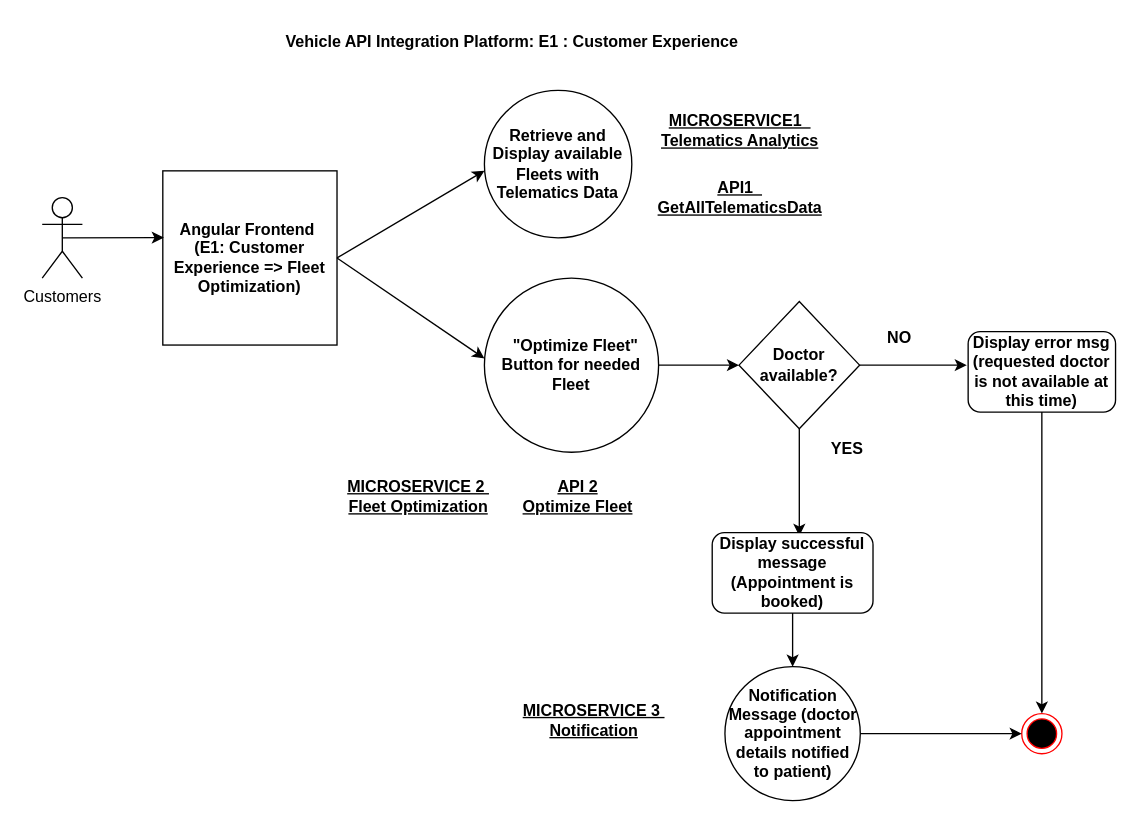
The draw.io diagram Design Workflows.drawio in atheeswaran/Dissertation_VehicleAPIPlatform, before the edit. Source tidied: cells renumbered, new cells numbered last; positions are measured from the earlier drawing's top-left corner, leaving out a move shared by most shapes. Both pictures are drawn from the tidied source at 134%, with x=0, y=0 at pixel (42, 23).
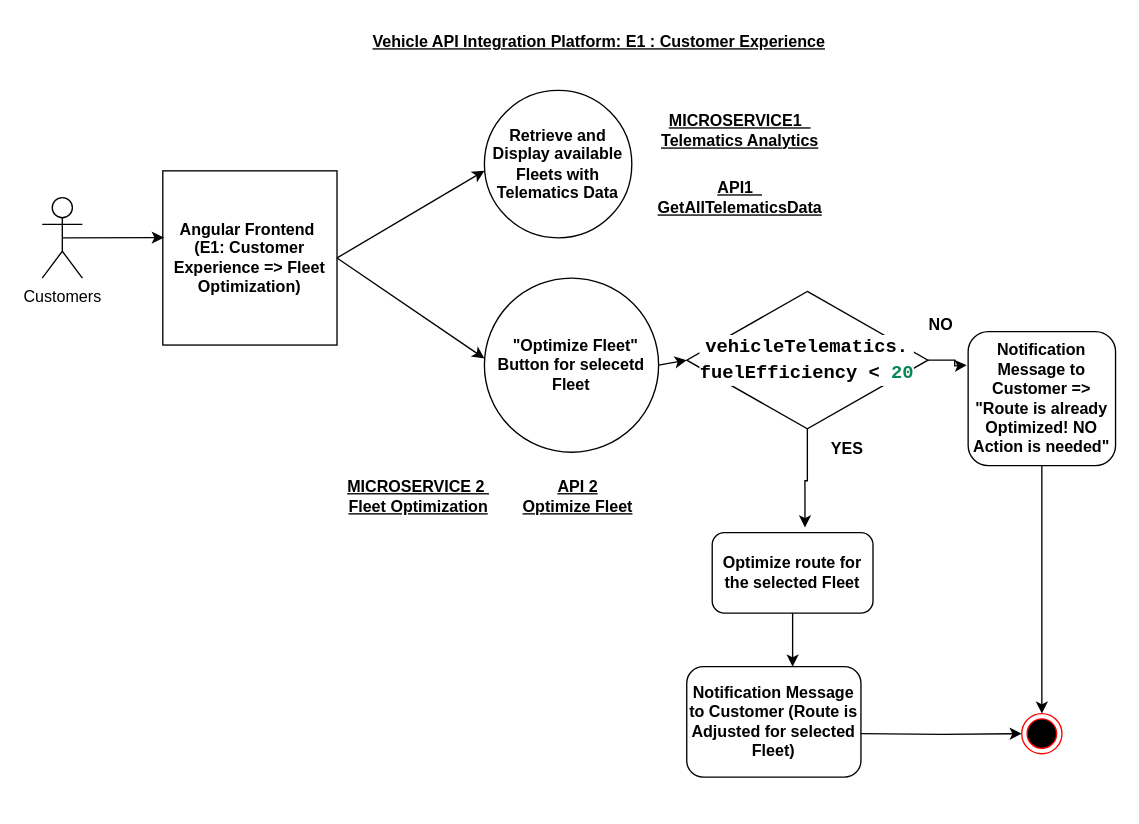
Above is the later version.

Unchanged cells that the change refers to:
```xml
<mxCell id="19" style="ellipse;html=1;shape=endState;fillColor=#000000;strokeColor=#ff0000;" parent="1" vertex="1">
  <mxGeometry x="731" y="515" width="30" height="30" as="geometry" />
</mxCell>
```

What changed in the source:
```diff
@@
-    <mxCell id="8" value="&lt;b&gt;&amp;nbsp; &quot;Optimize Fleet&quot; Button for needed Fleet&lt;/b&gt;" style="ellipse;whiteSpace=wrap;html=1;" parent="1" vertex="1">
+    <mxCell id="8" value="&lt;b&gt;&amp;nbsp; &quot;Optimize Fleet&quot; Button for selecetd Fleet&lt;/b&gt;" style="ellipse;whiteSpace=wrap;html=1;" parent="1" vertex="1">
       <mxGeometry x="330" y="190" width="130" height="130" as="geometry" />
     </mxCell>
-    <mxCell id="9" style="endArrow=classic;html=1;rounded=0;exitX=1;exitY=0.5;exitDx=0;exitDy=0;" parent="1" edge="1" source="8">
-      <mxGeometry relative="1" as="geometry">
-        <mxPoint x="520" y="255" as="targetPoint" />
-      </mxGeometry>
+    <mxCell id="9" style="endArrow=classic;html=1;rounded=0;exitX=1;exitY=0.5;exitDx=0;exitDy=0;entryX=0;entryY=0.5;entryDx=0;entryDy=0;" parent="1" edge="1" source="8" target="12">
+      <mxGeometry relative="1" as="geometry" />
     </mxCell>
-    <mxCell id="10" style="edgeStyle=orthogonalEdgeStyle;rounded=0;jettySize=auto;html=1;" parent="1" edge="1" source="12">
-      <mxGeometry relative="1" as="geometry">
-        <mxPoint x="565" y="382.5" as="targetPoint" />
-      </mxGeometry>
+    <mxCell id="10" style="edgeStyle=orthogonalEdgeStyle;rounded=0;jettySize=auto;html=1;entryX=0.577;entryY=-0.065;entryDx=0;entryDy=0;entryPerimeter=0;" parent="1" edge="1" source="12" target="14">
+      <mxGeometry relative="1" as="geometry" />
     </mxCell>
@@
-    <mxCell id="12" value="&lt;b&gt;Doctor available?&lt;/b&gt;" style="rhombus;whiteSpace=wrap;html=1;" parent="1" vertex="1">
-      <mxGeometry x="520" y="207.5" width="90" height="95" as="geometry" />
+    <mxCell id="12" value="&lt;div style=&quot;background-color: rgb(255, 255, 255); font-family: Consolas, &amp;quot;Courier New&amp;quot;, monospace; font-size: 14px; line-height: 19px; white-space: pre;&quot;&gt;&lt;b&gt;vehicleTelematics.&lt;/b&gt;&lt;/div&gt;&lt;div style=&quot;background-color: rgb(255, 255, 255); font-family: Consolas, &amp;quot;Courier New&amp;quot;, monospace; font-size: 14px; line-height: 19px; white-space: pre;&quot;&gt;&lt;b&gt;fuelEfficiency &amp;lt; &lt;span style=&quot;color: #098658;&quot;&gt;20&lt;/span&gt;&lt;/b&gt;&lt;/div&gt;" style="rhombus;whiteSpace=wrap;html=1;" parent="1" vertex="1">
+      <mxGeometry x="481" y="200" width="180" height="102.5" as="geometry" />
     </mxCell>
-    <mxCell id="13" style="edgeStyle=orthogonalEdgeStyle;rounded=0;jettySize=auto;html=1;" parent="1" edge="1" source="14" target="21">
-      <mxGeometry relative="1" as="geometry" />
+    <mxCell id="13" style="edgeStyle=orthogonalEdgeStyle;rounded=0;jettySize=auto;html=1;" parent="1" edge="1" source="14">
+      <mxGeometry relative="1" as="geometry">
+        <mxPoint x="560" y="480" as="targetPoint" />
+      </mxGeometry>
     </mxCell>
-    <mxCell id="14" value="&lt;b&gt;Display successful message (Appointment is booked)&lt;/b&gt;" style="rounded=1;whiteSpace=wrap;html=1;" parent="1" vertex="1">
+    <mxCell id="14" value="&lt;b&gt;Optimize route for the selected Fleet&lt;/b&gt;" style="rounded=1;whiteSpace=wrap;html=1;" parent="1" vertex="1">
       <mxGeometry x="500" y="380" width="120" height="60" as="geometry" />
     </mxCell>
@@
     <mxCell id="16" value="&lt;b&gt;NO&lt;/b&gt;" style="text;html=1;strokeColor=none;fillColor=none;align=center;verticalAlign=middle;whiteSpace=wrap;rounded=0;" parent="1" vertex="1">
-      <mxGeometry x="610" y="220" width="60" height="30" as="geometry" />
+      <mxGeometry x="641" y="210" width="60" height="30" as="geometry" />
     </mxCell>
-    <mxCell id="17" value="&lt;b&gt;Display error msg (requested doctor is not available at this time)&lt;/b&gt;" style="rounded=1;whiteSpace=wrap;html=1;" parent="1" vertex="1">
-      <mxGeometry x="691" y="230" width="110" height="60" as="geometry" />
+    <mxCell id="17" value="&lt;b&gt;Notification Message to Customer =&amp;gt; &quot;Route is already Optimized! NO Action is needed&quot;&lt;/b&gt;" style="rounded=1;whiteSpace=wrap;html=1;" parent="1" vertex="1">
+      <mxGeometry x="691" y="230" width="110" height="100" as="geometry" />
     </mxCell>
@@
-    <mxCell id="20" style="edgeStyle=orthogonalEdgeStyle;rounded=0;jettySize=auto;html=1;exitX=1;exitY=0.5;exitDx=0;exitDy=0;entryX=0;entryY=0.5;entryDx=0;entryDy=0;" parent="1" edge="1" source="21" target="19">
-      <mxGeometry relative="1" as="geometry" />
+    <mxCell id="20" style="edgeStyle=orthogonalEdgeStyle;rounded=0;jettySize=auto;html=1;exitX=1;exitY=0.5;exitDx=0;exitDy=0;entryX=0;entryY=0.5;entryDx=0;entryDy=0;" parent="1" edge="1" target="19">
+      <mxGeometry relative="1" as="geometry">
+        <mxPoint x="610.5" y="530" as="sourcePoint" />
+      </mxGeometry>
     </mxCell>
-    <mxCell id="21" value="Notification Message (doctor appointment details notified to patient)" style="ellipse;whiteSpace=wrap;html=1;rounded=1;fontStyle=1;" parent="1" vertex="1">
-      <mxGeometry x="509.5" y="480" width="101" height="100" as="geometry" />
-    </mxCell>
@@
-    <mxCell id="24" value="&lt;b&gt;&lt;u&gt;MICROSERVICE 3&amp;nbsp; Notification&lt;/u&gt;&lt;/b&gt;" style="text;html=1;strokeColor=none;fillColor=none;align=center;verticalAlign=middle;whiteSpace=wrap;rounded=0;" parent="1" vertex="1">
-      <mxGeometry x="351" y="500" width="121.5" height="40" as="geometry" />
-    </mxCell>
-    <mxCell id="25" value="Vehicle API Integration Platform: E1 : Customer Experience" style="text;whiteSpace=wrap;fontStyle=1;" parent="1" vertex="1">
-      <mxGeometry x="179.5" width="381.5" height="40" as="geometry" />
+    <mxCell id="25" value="Vehicle API Integration Platform: E1 : Customer Experience" style="text;whiteSpace=wrap;fontStyle=5;" parent="1" vertex="1">
+      <mxGeometry x="244.5" width="381.5" height="40" as="geometry" />
     </mxCell>
@@
+    <mxCell id="28" value="&lt;span style=&quot;font-weight: 700;&quot;&gt;Notification Message to Customer (Route is Adjusted for selected Fleet)&lt;/span&gt;" style="rounded=1;whiteSpace=wrap;html=1;" parent="1" vertex="1">
+      <mxGeometry x="481" y="480" width="130" height="82.5" as="geometry" />
+    </mxCell>
```
